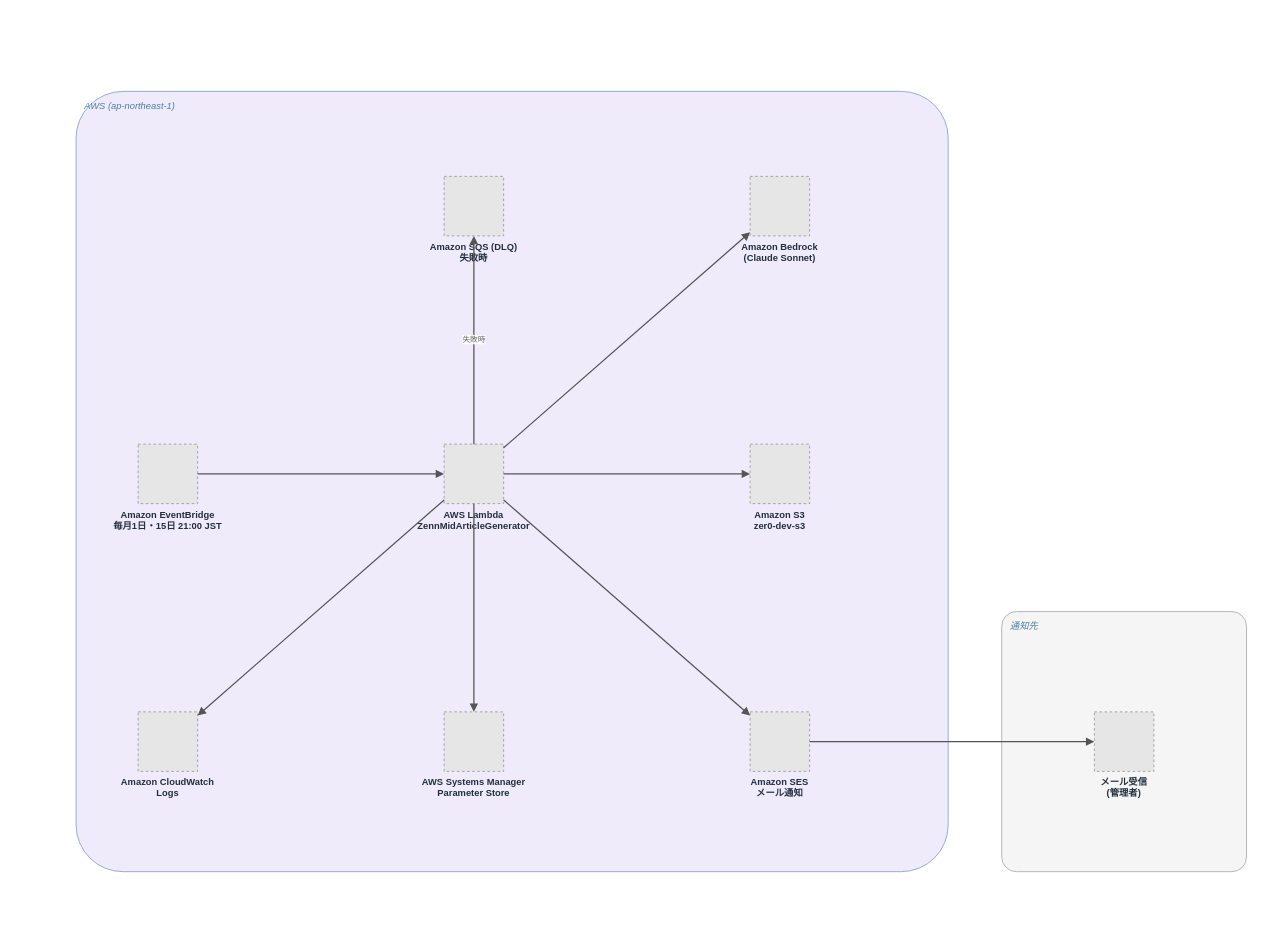
Zer0-1179/Zer0-public keeps this draw.io diagram as 005_zenn-mid-article-bot/images/005_architecture.drawio. Above is the earlier version. Source tidied: cells renumbered, new cells numbered last; positions are measured from the earlier drawing's top-left corner, leaving out a move shared by most shapes. Both pictures are drawn from the tidied source at 85%, with x=0, y=0 at pixel (76, 91). Pictures stored in the file or linked from it are replaced by grey dashed boxes.
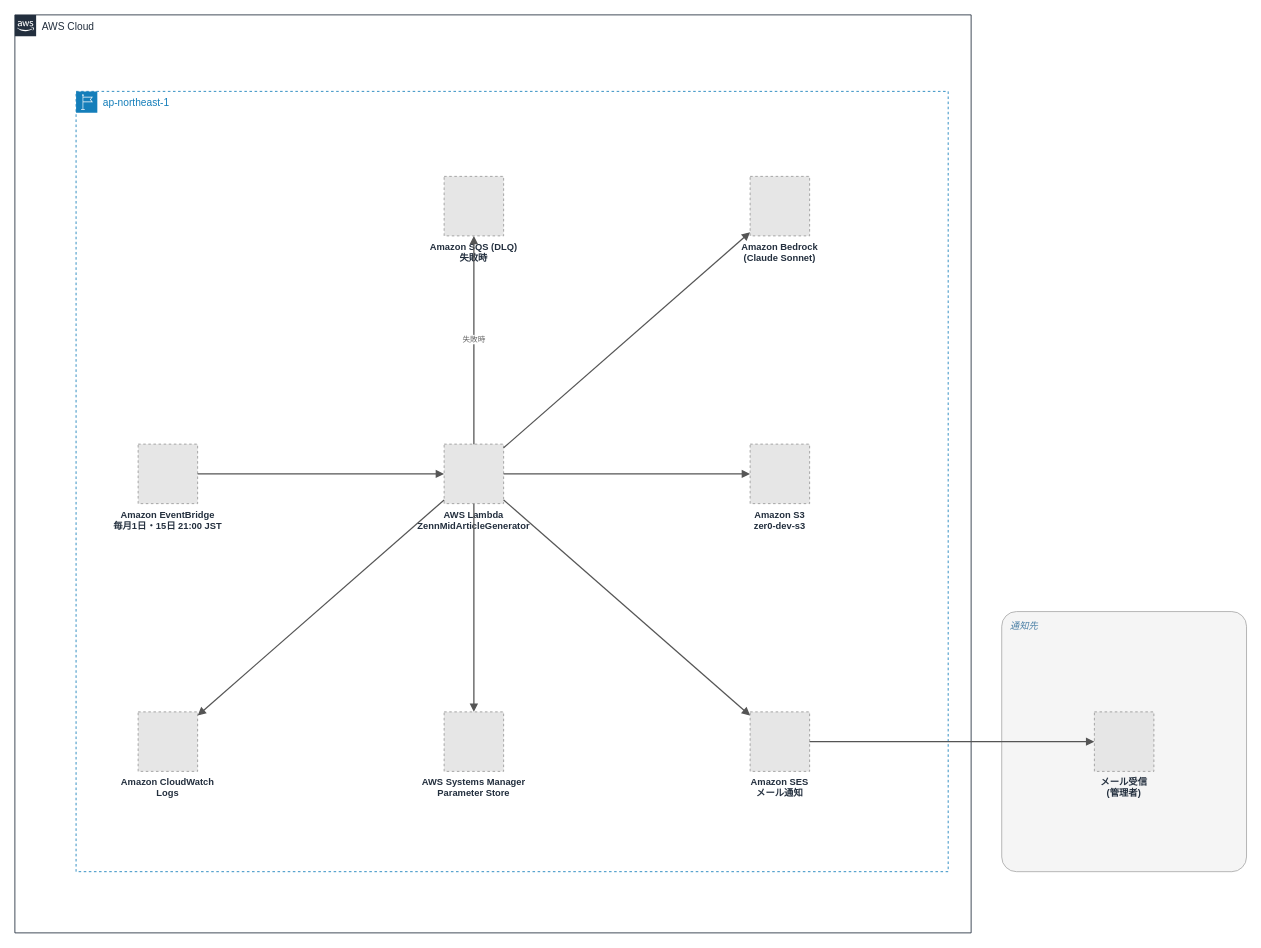
The same page after the edit.

Diff of the diagram source:
```diff
@@
-    <mxCell id="2" value="AWS (ap-northeast-1)" style="rounded=1;arcSize=6;whiteSpace=wrap;html=1;fillColor=#EFEBFB;strokeColor=#8AA0C8;verticalAlign=top;align=left;spacingLeft=8;spacingTop=4;fontColor=#4A7FA5;fontStyle=2;fontSize=11;" parent="1" vertex="1">
-      <mxGeometry width="1026" height="918" as="geometry" />
-    </mxCell>
+    <mxCell id="21" value="AWS Cloud" style="gradientColor=none;html=1;whiteSpace=wrap;fontSize=12;fontStyle=0;shape=mxgraph.aws4.group;grIcon=mxgraph.aws4.group_aws_cloud_alt;strokeColor=#232F3E;fillColor=none;verticalAlign=top;align=left;spacingLeft=30;fontColor=#232F3E;dashed=0;" parent="1" vertex="1">
+      <mxGeometry x="-72" y="-90" width="1125" height="1080" as="geometry" />
+    </mxCell>
@@
+    <mxCell id="22" value="ap-northeast-1" style="gradientColor=none;html=1;whiteSpace=wrap;fontSize=12;fontStyle=0;shape=mxgraph.aws4.group;grIcon=mxgraph.aws4.group_region;strokeColor=#147EBA;fillColor=none;verticalAlign=top;align=left;spacingLeft=30;fontColor=#147EBA;dashed=1;" parent="21" vertex="1">
+      <mxGeometry x="72" y="90" width="1026" height="918" as="geometry" />
+    </mxCell>
```
